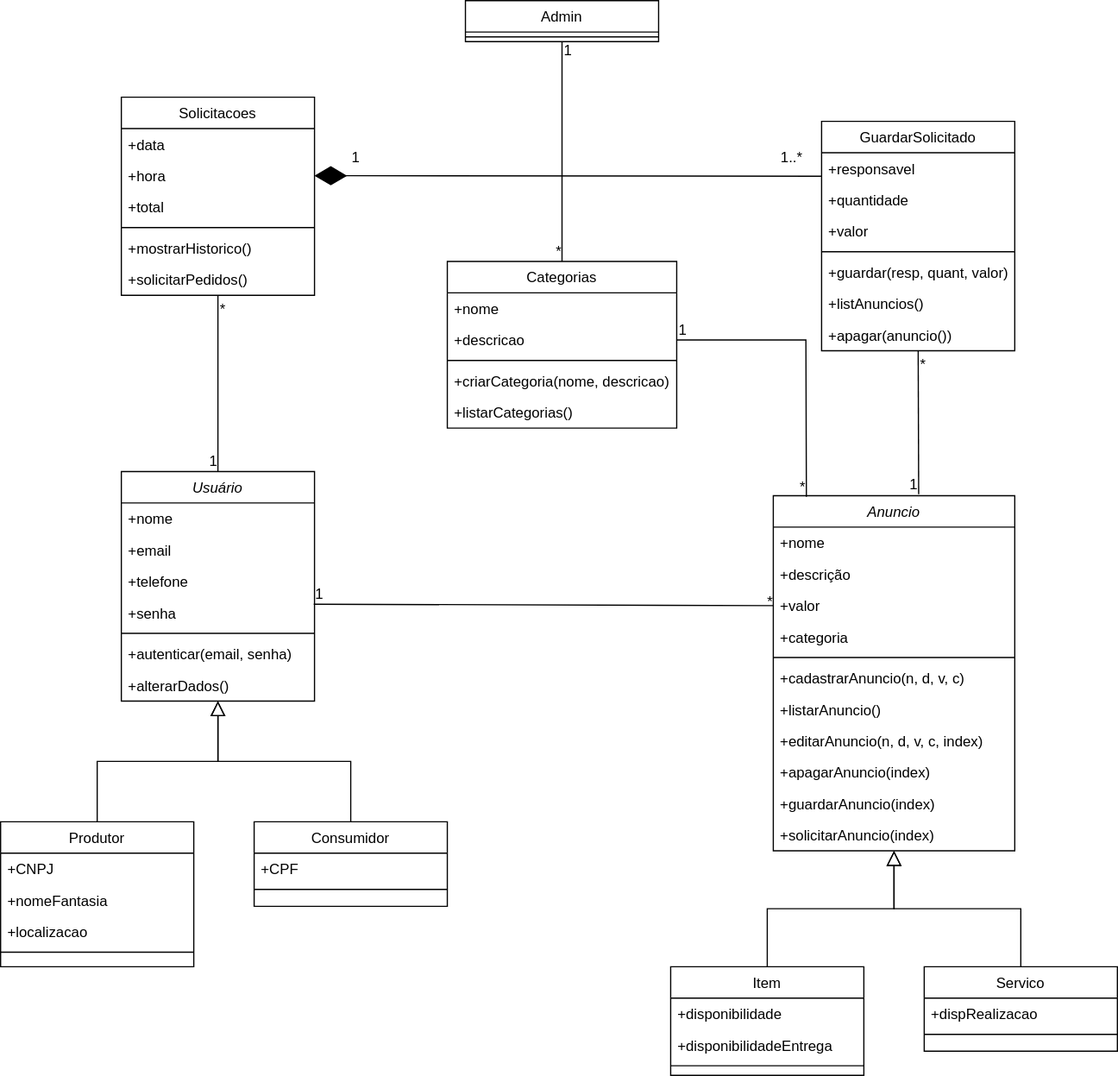
Before: Diagramas/Classes.drawio.svg, a diagram exported from draw.io (yanturck/carshopservices). Source tidied: cells renumbered, new cells last; positions are measured from the earlier drawing's top-left corner, leaving out a move shared by most shapes.
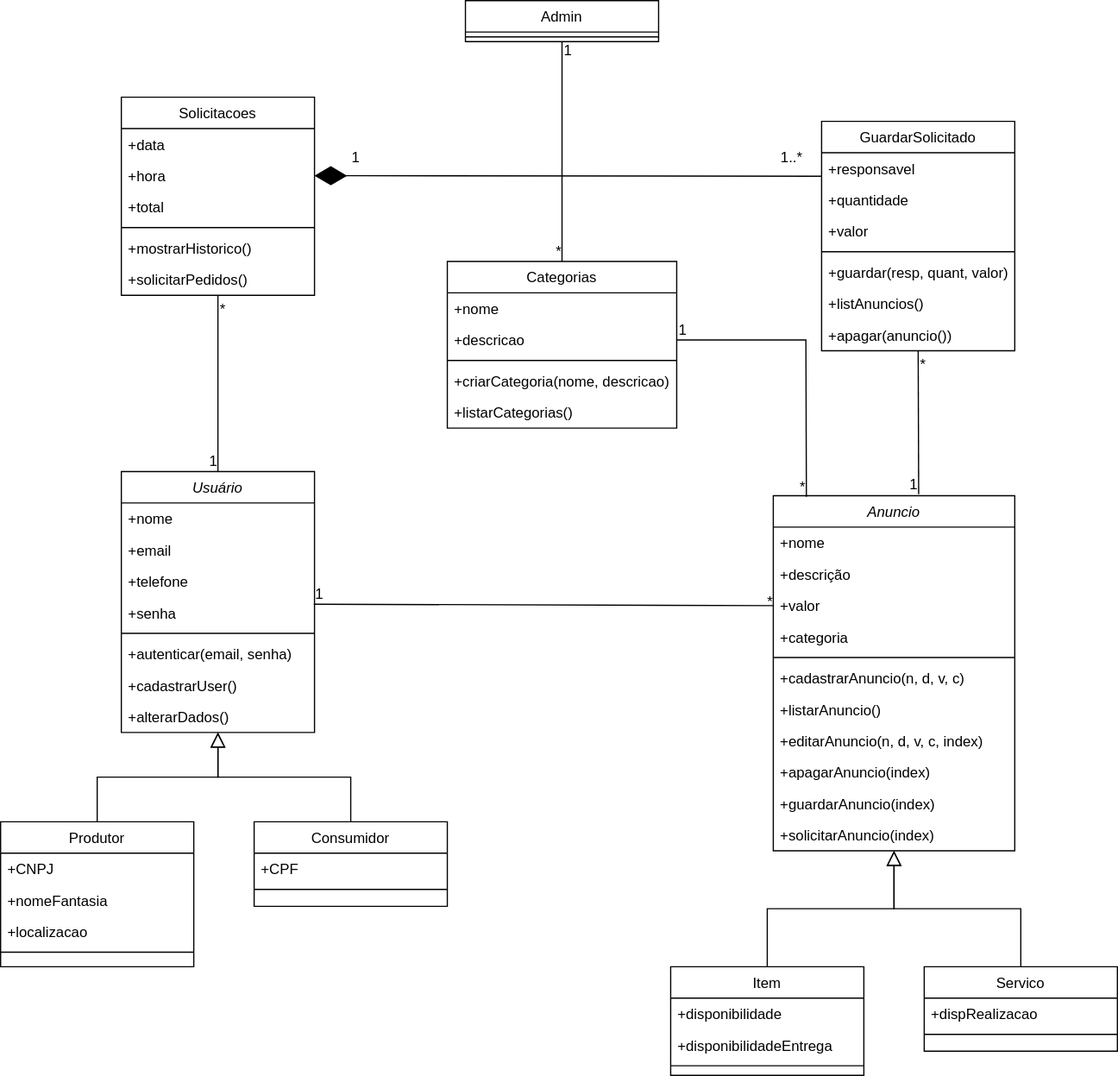
Later version of the same file.

Change to the diagram source:
```diff
@@ -3,7 +3,7 @@
     <mxCell id="0" />
     <mxCell id="1" parent="0" />
     <mxCell id="2" value="Usuário" style="swimlane;fontStyle=2;align=center;verticalAlign=top;horizontal=1;startSize=26;rounded=0;shadow=0;strokeWidth=1;" parent="1" vertex="1">
-      <mxGeometry x="100" y="390" width="160" height="190" as="geometry" />
+      <mxGeometry x="100" y="390" width="160" height="216" as="geometry" />
     </mxCell>
     <mxCell id="3" value="+nome" style="text;align=left;verticalAlign=top;spacingLeft=4;spacingRight=4;overflow=hidden;" parent="2" vertex="1">
       <mxGeometry y="26" width="160" height="26" as="geometry" />
@@ -23,8 +23,11 @@
     <mxCell id="8" value="+autenticar(email, senha)" style="text;align=left;verticalAlign=top;spacingLeft=4;spacingRight=4;overflow=hidden;rounded=0;shadow=0;html=0;" parent="2" vertex="1">
       <mxGeometry y="138" width="160" height="26" as="geometry" />
     </mxCell>
+    <mxCell id="82" value="+cadastrarUser()" style="text;align=left;verticalAlign=top;spacingLeft=4;spacingRight=4;overflow=hidden;rounded=0;shadow=0;html=0;" parent="2" vertex="1">
+      <mxGeometry y="164" width="160" height="26" as="geometry" />
+    </mxCell>
     <mxCell id="9" value="+alterarDados()" style="text;align=left;verticalAlign=top;spacingLeft=4;spacingRight=4;overflow=hidden;rounded=0;shadow=0;html=0;" parent="2" vertex="1">
-      <mxGeometry y="164" width="160" height="26" as="geometry" />
+      <mxGeometry y="190" width="160" height="26" as="geometry" />
     </mxCell>
     <mxCell id="10" value="Produtor" style="swimlane;fontStyle=0;align=center;verticalAlign=top;horizontal=1;startSize=26;rounded=0;shadow=0;strokeWidth=1;" parent="1" vertex="1">
       <mxGeometry y="680" width="160" height="120" as="geometry" />
```
